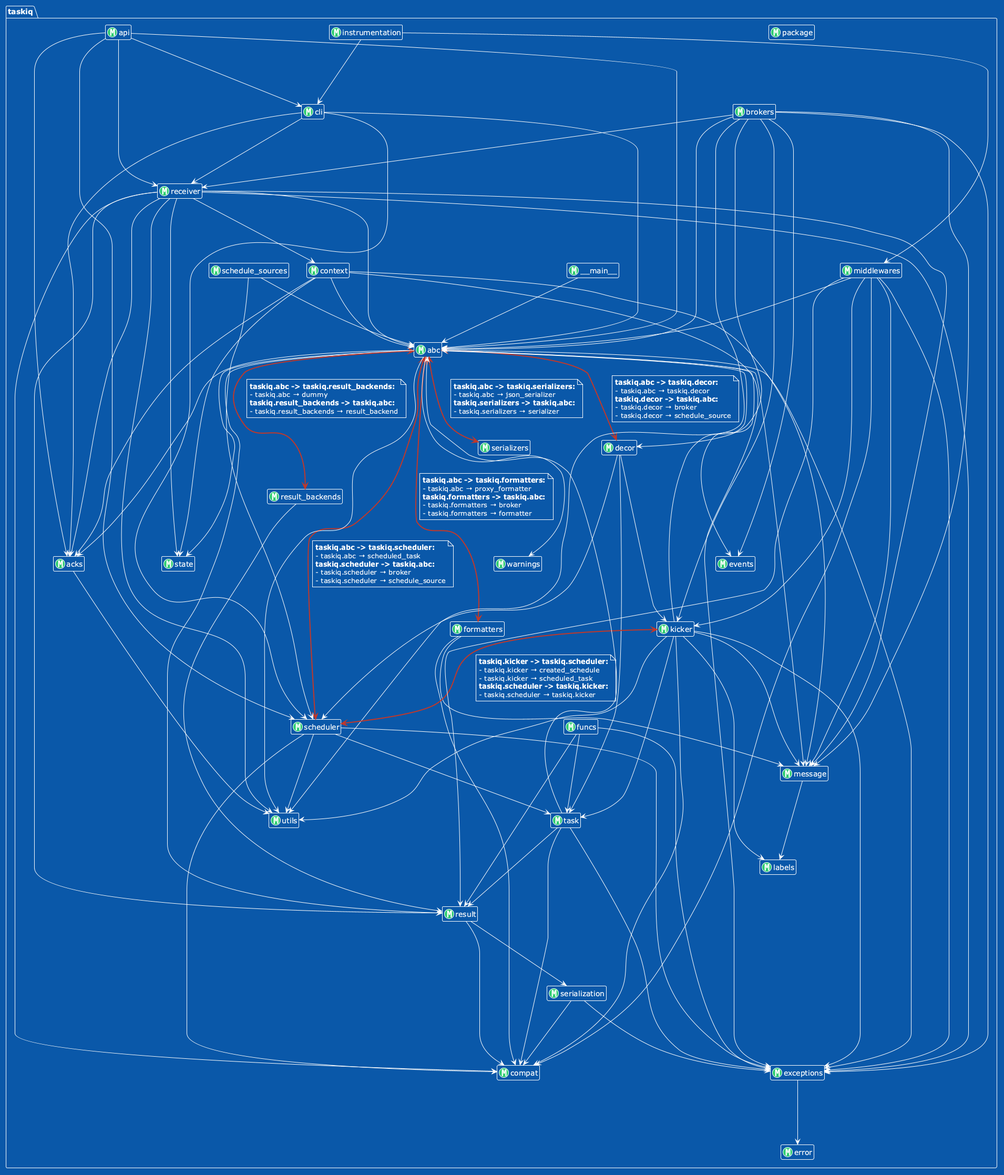
The PlantUML diagram docs/images/taskiq.png in nkhitrov/arch-blueprint, before a commit.
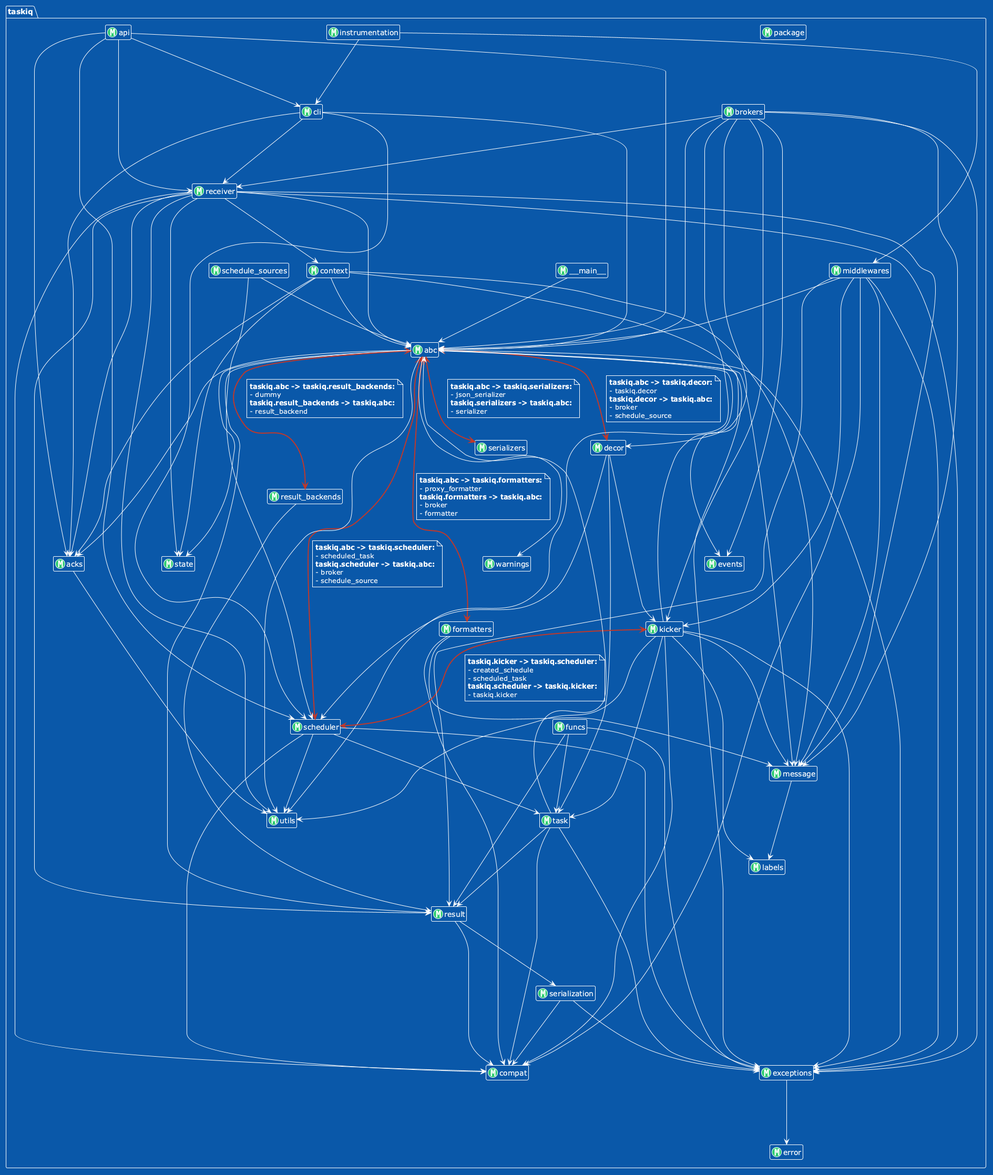
Later version of the same file.

Change to the diagram source:
```diff
@@ -41,44 +41,44 @@
 taskiq.abc <-[#C0392B,bold]-> taskiq.decor
 note on link
   **taskiq.abc -> taskiq.decor:**
-  - taskiq.abc → taskiq.decor
+  - taskiq.decor
   **taskiq.decor -> taskiq.abc:**
-  - taskiq.decor → broker
-  - taskiq.decor → schedule_source
+  - broker
+  - schedule_source
 end note
 taskiq.abc ---> taskiq.events
 taskiq.abc ---> taskiq.exceptions
 taskiq.abc <-[#C0392B,bold]-> taskiq.formatters
 note on link
   **taskiq.abc -> taskiq.formatters:**
-  - taskiq.abc → proxy_formatter
+  - proxy_formatter
   **taskiq.formatters -> taskiq.abc:**
-  - taskiq.formatters → broker
-  - taskiq.formatters → formatter
+  - broker
+  - formatter
 end note
 taskiq.abc ---> taskiq.message
 taskiq.abc ---> taskiq.result
 taskiq.abc <-[#C0392B,bold]-> taskiq.result_backends
 note on link
   **taskiq.abc -> taskiq.result_backends:**
-  - taskiq.abc → dummy
+  - dummy
   **taskiq.result_backends -> taskiq.abc:**
-  - taskiq.result_backends → result_backend
+  - result_backend
 end note
 taskiq.abc <-[#C0392B,bold]-> taskiq.scheduler
 note on link
   **taskiq.abc -> taskiq.scheduler:**
-  - taskiq.abc → scheduled_task
+  - scheduled_task
   **taskiq.scheduler -> taskiq.abc:**
-  - taskiq.scheduler → broker
-  - taskiq.scheduler → schedule_source
+  - broker
+  - schedule_source
 end note
 taskiq.abc <-[#C0392B,bold]-> taskiq.serializers
 note on link
   **taskiq.abc -> taskiq.serializers:**
-  - taskiq.abc → json_serializer
+  - json_serializer
   **taskiq.serializers -> taskiq.abc:**
-  - taskiq.serializers → serializer
+  - serializer
 end note
 taskiq.abc ---> taskiq.state
 taskiq.abc ---> taskiq.utils
@@ -125,10 +125,10 @@
 taskiq.kicker <-[#C0392B,bold]-> taskiq.scheduler
 note on link
   **taskiq.kicker -> taskiq.scheduler:**
-  - taskiq.kicker → created_schedule
-  - taskiq.kicker → scheduled_task
+  - created_schedule
+  - scheduled_task
   **taskiq.scheduler -> taskiq.kicker:**
-  - taskiq.scheduler → taskiq.kicker
+  - taskiq.kicker
 end note
 taskiq.kicker ---> taskiq.task
 taskiq.kicker ---> taskiq.utils
```
